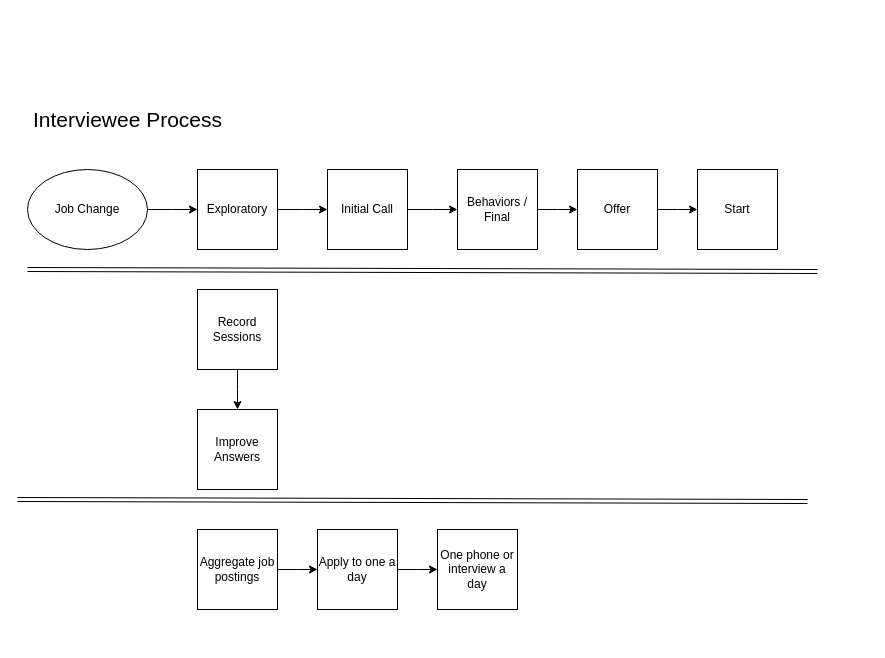
Above: interviews/diagrams/interviewing-process.drawio in solidi/learning-notes (draw.io), before the change. Source tidied: cells renumbered, new cells numbered last; positions are measured from the earlier drawing's top-left corner, leaving out a move shared by most shapes. Both pictures are drawn from the tidied source at 100%, with x=0, y=0 at pixel (17, 109).
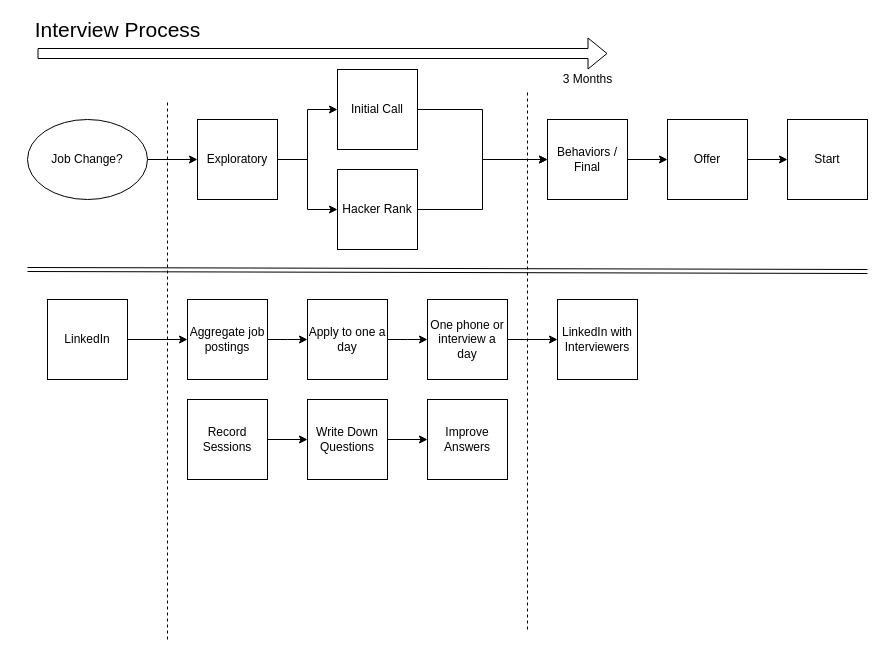
Above is the later version.

Commit message (it also covers changes not shown here):
Add interview diagram updates on time, sourcing, and connection

What changed in the source:
```diff
@@
-    <mxCell id="2" style="edgeStyle=orthogonalEdgeStyle;rounded=0;jettySize=auto;html=1;exitX=1;exitY=0.5;exitDx=0;exitDy=0;" parent="1" edge="1" source="3">
-      <mxGeometry relative="1" as="geometry">
-        <mxPoint x="180" y="100" as="targetPoint" />
-      </mxGeometry>
-    </mxCell>
+    <mxCell id="24" style="edgeStyle=orthogonalEdgeStyle;rounded=0;jettySize=auto;html=1;exitX=1;exitY=0.5;exitDx=0;exitDy=0;entryX=0;entryY=0.5;entryDx=0;entryDy=0;" parent="1" edge="1" source="3" target="5">
+      <mxGeometry relative="1" as="geometry" />
+    </mxCell>
-    <mxCell id="3" value="Job Change" style="ellipse;whiteSpace=wrap;html=1;" parent="1" vertex="1">
-      <mxGeometry x="10" y="60" width="120" height="80" as="geometry" />
+    <mxCell id="3" value="Job Change?" style="ellipse;whiteSpace=wrap;html=1;" parent="1" vertex="1">
+      <mxGeometry x="10" y="10" width="120" height="80" as="geometry" />
     </mxCell>
-    <mxCell id="4" style="edgeStyle=orthogonalEdgeStyle;rounded=0;jettySize=auto;html=1;exitX=1;exitY=0.5;exitDx=0;exitDy=0;" parent="1" edge="1" source="5">
-      <mxGeometry relative="1" as="geometry">
-        <mxPoint x="310" y="100" as="targetPoint" />
-      </mxGeometry>
-    </mxCell>
+    <mxCell id="25" style="edgeStyle=orthogonalEdgeStyle;rounded=0;jettySize=auto;html=1;exitX=1;exitY=0.5;exitDx=0;exitDy=0;entryX=0;entryY=0.5;entryDx=0;entryDy=0;" parent="1" edge="1" source="5" target="33">
+      <mxGeometry relative="1" as="geometry" />
+    </mxCell>
+    <mxCell id="26" style="edgeStyle=orthogonalEdgeStyle;rounded=0;jettySize=auto;html=1;exitX=1;exitY=0.5;exitDx=0;exitDy=0;entryX=0;entryY=0.5;entryDx=0;entryDy=0;" parent="1" edge="1" source="5" target="7">
+      <mxGeometry relative="1" as="geometry" />
+    </mxCell>
     <mxCell id="5" value="Exploratory" style="whiteSpace=wrap;html=1;" parent="1" vertex="1">
-      <mxGeometry x="180" y="60" width="80" height="80" as="geometry" />
+      <mxGeometry x="180" y="10" width="80" height="80" as="geometry" />
     </mxCell>
-    <mxCell id="6" style="edgeStyle=orthogonalEdgeStyle;rounded=0;jettySize=auto;html=1;exitX=1;exitY=0.5;exitDx=0;exitDy=0;" parent="1" edge="1" source="7">
-      <mxGeometry relative="1" as="geometry">
-        <mxPoint x="440" y="100" as="targetPoint" />
-      </mxGeometry>
-    </mxCell>
+    <mxCell id="27" style="edgeStyle=orthogonalEdgeStyle;rounded=0;jettySize=auto;html=1;exitX=1;exitY=0.5;exitDx=0;exitDy=0;entryX=0;entryY=0.5;entryDx=0;entryDy=0;" parent="1" edge="1" source="7" target="9">
+      <mxGeometry relative="1" as="geometry" />
+    </mxCell>
     <mxCell id="7" value="Initial Call" style="whiteSpace=wrap;html=1;" parent="1" vertex="1">
-      <mxGeometry x="310" y="60" width="80" height="80" as="geometry" />
+      <mxGeometry x="320" y="-40" width="80" height="80" as="geometry" />
     </mxCell>
-    <mxCell id="8" style="edgeStyle=orthogonalEdgeStyle;rounded=0;jettySize=auto;html=1;exitX=1;exitY=0.5;exitDx=0;exitDy=0;" parent="1" edge="1" source="9">
-      <mxGeometry relative="1" as="geometry">
-        <mxPoint x="560" y="100" as="targetPoint" />
-      </mxGeometry>
-    </mxCell>
+    <mxCell id="28" style="edgeStyle=orthogonalEdgeStyle;rounded=0;jettySize=auto;html=1;exitX=1;exitY=0.5;exitDx=0;exitDy=0;entryX=0;entryY=0.5;entryDx=0;entryDy=0;" parent="1" edge="1" source="9" target="11">
+      <mxGeometry relative="1" as="geometry" />
+    </mxCell>
     <mxCell id="9" value="Behaviors / Final" style="whiteSpace=wrap;html=1;" parent="1" vertex="1">
-      <mxGeometry x="440" y="60" width="80" height="80" as="geometry" />
+      <mxGeometry x="530" y="10" width="80" height="80" as="geometry" />
     </mxCell>
-    <mxCell id="10" style="edgeStyle=orthogonalEdgeStyle;rounded=0;jettySize=auto;html=1;exitX=1;exitY=0.5;exitDx=0;exitDy=0;" parent="1" edge="1" source="11">
-      <mxGeometry relative="1" as="geometry">
-        <mxPoint x="680" y="100" as="targetPoint" />
-      </mxGeometry>
-    </mxCell>
+    <mxCell id="29" style="edgeStyle=orthogonalEdgeStyle;rounded=0;jettySize=auto;html=1;exitX=1;exitY=0.5;exitDx=0;exitDy=0;" parent="1" edge="1" source="11" target="12">
+      <mxGeometry relative="1" as="geometry" />
+    </mxCell>
     <mxCell id="11" value="Offer" style="whiteSpace=wrap;html=1;" parent="1" vertex="1">
-      <mxGeometry x="560" y="60" width="80" height="80" as="geometry" />
+      <mxGeometry x="650" y="10" width="80" height="80" as="geometry" />
     </mxCell>
     <mxCell id="12" value="Start" style="whiteSpace=wrap;html=1;" parent="1" vertex="1">
-      <mxGeometry x="680" y="60" width="80" height="80" as="geometry" />
+      <mxGeometry x="770" y="10" width="80" height="80" as="geometry" />
     </mxCell>
-    <mxCell id="13" value="&lt;font style=&quot;font-size: 21px&quot;&gt;Interviewee Process&lt;/font&gt;" style="text;html=1;align=center;verticalAlign=middle;" parent="1" vertex="1">
-      <mxGeometry x="10" width="200" height="20" as="geometry" />
+    <mxCell id="13" value="&lt;font style=&quot;font-size: 21px&quot;&gt;Interview Process&lt;/font&gt;" style="text;html=1;align=center;verticalAlign=middle;" parent="1" vertex="1">
+      <mxGeometry x="10" y="-90" width="180" height="20" as="geometry" />
     </mxCell>
-    <mxCell id="14" style="edgeStyle=orthogonalEdgeStyle;rounded=0;jettySize=auto;html=1;exitX=0.5;exitY=1;exitDx=0;exitDy=0;" parent="1" edge="1" source="15">
-      <mxGeometry relative="1" as="geometry">
-        <mxPoint x="220" y="300" as="targetPoint" />
-      </mxGeometry>
-    </mxCell>
+    <mxCell id="30" style="edgeStyle=orthogonalEdgeStyle;rounded=0;jettySize=auto;html=1;exitX=1;exitY=0.5;exitDx=0;exitDy=0;entryX=0;entryY=0.5;entryDx=0;entryDy=0;" parent="1" edge="1" source="15" target="39">
+      <mxGeometry relative="1" as="geometry" />
+    </mxCell>
     <mxCell id="15" value="Record Sessions" style="whiteSpace=wrap;html=1;" parent="1" vertex="1">
-      <mxGeometry x="180" y="180" width="80" height="80" as="geometry" />
+      <mxGeometry x="170" y="290" width="80" height="80" as="geometry" />
     </mxCell>
     <mxCell id="16" value="Improve Answers" style="whiteSpace=wrap;html=1;" parent="1" vertex="1">
-      <mxGeometry x="180" y="300" width="80" height="80" as="geometry" />
+      <mxGeometry x="410" y="290" width="80" height="80" as="geometry" />
     </mxCell>
     <mxCell id="17" style="shape=link;html=1;" parent="1" edge="1">
       <mxGeometry relative="1" as="geometry">
         <mxPoint x="10" y="160" as="sourcePoint" />
-        <mxPoint x="800" y="162" as="targetPoint" />
+        <mxPoint x="850" y="162" as="targetPoint" />
       </mxGeometry>
     </mxCell>
-    <mxCell id="18" style="shape=link;html=1;" parent="1" edge="1">
-      <mxGeometry relative="1" as="geometry">
-        <mxPoint y="390" as="sourcePoint" />
-        <mxPoint x="790" y="392" as="targetPoint" />
-      </mxGeometry>
-    </mxCell>
     <mxCell id="19" style="edgeStyle=orthogonalEdgeStyle;rounded=0;jettySize=auto;html=1;" parent="1" edge="1" source="20">
       <mxGeometry relative="1" as="geometry">
-        <mxPoint x="300" y="460" as="targetPoint" />
+        <mxPoint x="290" y="230" as="targetPoint" />
       </mxGeometry>
     </mxCell>
     <mxCell id="20" value="Aggregate job postings" style="whiteSpace=wrap;html=1;" parent="1" vertex="1">
-      <mxGeometry x="180" y="420" width="80" height="80" as="geometry" />
+      <mxGeometry x="170" y="190" width="80" height="80" as="geometry" />
     </mxCell>
     <mxCell id="21" style="edgeStyle=orthogonalEdgeStyle;rounded=0;jettySize=auto;html=1;exitX=1;exitY=0.5;exitDx=0;exitDy=0;" parent="1" edge="1" source="22">
       <mxGeometry relative="1" as="geometry">
-        <mxPoint x="420" y="460" as="targetPoint" />
+        <mxPoint x="410" y="230" as="targetPoint" />
       </mxGeometry>
     </mxCell>
     <mxCell id="22" value="Apply to one a day" style="whiteSpace=wrap;html=1;" parent="1" vertex="1">
-      <mxGeometry x="300" y="420" width="80" height="80" as="geometry" />
+      <mxGeometry x="290" y="190" width="80" height="80" as="geometry" />
     </mxCell>
+    <mxCell id="31" style="edgeStyle=orthogonalEdgeStyle;rounded=0;jettySize=auto;html=1;exitX=1;exitY=0.5;exitDx=0;exitDy=0;entryX=0;entryY=0.5;entryDx=0;entryDy=0;" parent="1" edge="1" source="23" target="40">
+      <mxGeometry relative="1" as="geometry" />
+    </mxCell>
     <mxCell id="23" value="One phone or interview a day" style="whiteSpace=wrap;html=1;" parent="1" vertex="1">
-      <mxGeometry x="420" y="420" width="80" height="80" as="geometry" />
+      <mxGeometry x="410" y="190" width="80" height="80" as="geometry" />
     </mxCell>
+    <mxCell id="32" style="edgeStyle=orthogonalEdgeStyle;rounded=0;jettySize=auto;html=1;exitX=1;exitY=0.5;exitDx=0;exitDy=0;entryX=0;entryY=0.5;entryDx=0;entryDy=0;" parent="1" edge="1" source="33" target="9">
+      <mxGeometry relative="1" as="geometry" />
+    </mxCell>
+    <mxCell id="33" value="Hacker Rank" style="whiteSpace=wrap;html=1;" parent="1" vertex="1">
+      <mxGeometry x="320" y="60" width="80" height="80" as="geometry" />
+    </mxCell>
+    <mxCell id="34" style="endArrow=none;dashed=1;html=1;" parent="1" edge="1">
+      <mxGeometry relative="1" as="geometry">
+        <mxPoint x="150" y="530" as="sourcePoint" />
+        <mxPoint x="150" y="-10" as="targetPoint" />
+      </mxGeometry>
+    </mxCell>
+    <mxCell id="35" style="shape=flexArrow;endArrow=classic;html=1;" parent="1" edge="1">
+      <mxGeometry relative="1" as="geometry">
+        <mxPoint x="20" y="-56" as="sourcePoint" />
+        <mxPoint x="590" y="-56" as="targetPoint" />
+      </mxGeometry>
+    </mxCell>
+    <mxCell id="36" value="3 Months" style="text;html=1;align=center;verticalAlign=middle;" parent="1" vertex="1">
+      <mxGeometry x="540" y="-40" width="60" height="20" as="geometry" />
+    </mxCell>
+    <mxCell id="37" style="endArrow=none;dashed=1;html=1;" parent="1" edge="1">
+      <mxGeometry relative="1" as="geometry">
+        <mxPoint x="510" y="520" as="sourcePoint" />
+        <mxPoint x="510" y="-20" as="targetPoint" />
+      </mxGeometry>
+    </mxCell>
+    <mxCell id="38" style="edgeStyle=orthogonalEdgeStyle;rounded=0;jettySize=auto;html=1;exitX=1;exitY=0.5;exitDx=0;exitDy=0;entryX=0;entryY=0.5;entryDx=0;entryDy=0;" parent="1" edge="1" source="39" target="16">
+      <mxGeometry relative="1" as="geometry" />
+    </mxCell>
+    <mxCell id="39" value="Write Down Questions" style="whiteSpace=wrap;html=1;" parent="1" vertex="1">
+      <mxGeometry x="290" y="290" width="80" height="80" as="geometry" />
+    </mxCell>
+    <mxCell id="40" value="LinkedIn with Interviewers" style="whiteSpace=wrap;html=1;" parent="1" vertex="1">
+      <mxGeometry x="540" y="190" width="80" height="80" as="geometry" />
+    </mxCell>
+    <mxCell id="41" style="edgeStyle=orthogonalEdgeStyle;rounded=0;jettySize=auto;html=1;exitX=1;exitY=0.5;exitDx=0;exitDy=0;entryX=0;entryY=0.5;entryDx=0;entryDy=0;" parent="1" edge="1" source="42" target="20">
+      <mxGeometry relative="1" as="geometry" />
+    </mxCell>
+    <mxCell id="42" value="LinkedIn" style="whiteSpace=wrap;html=1;" parent="1" vertex="1">
+      <mxGeometry x="30" y="190" width="80" height="80" as="geometry" />
+    </mxCell>
```
